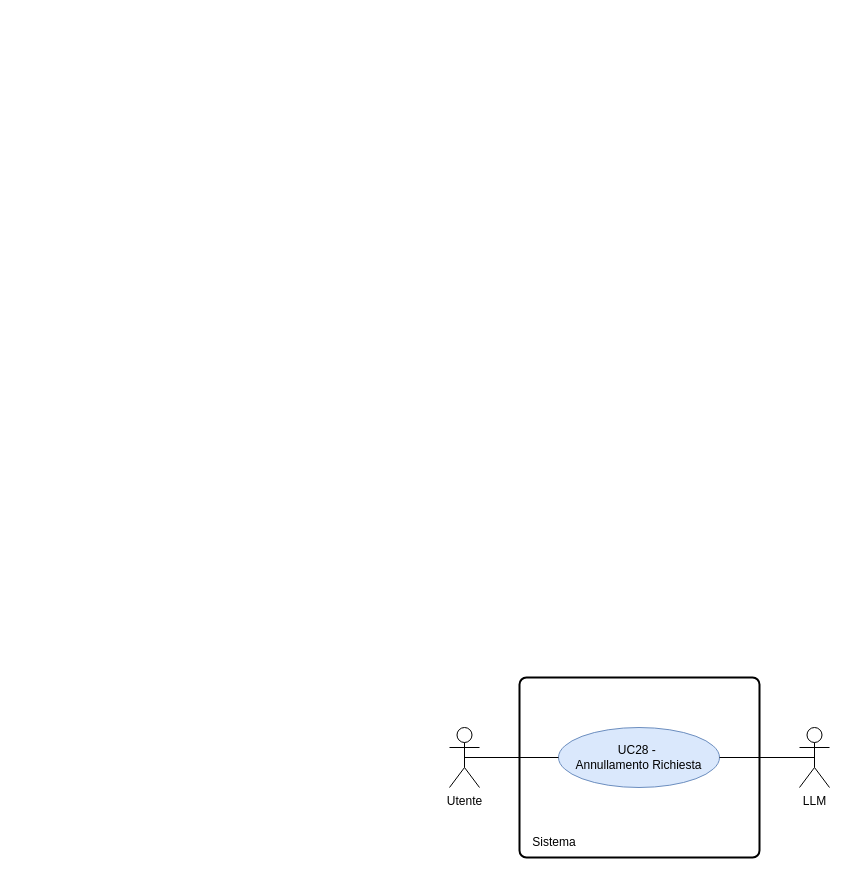
thebitless-group-swe/thebitless.github.io keeps this draw.io diagram as RTB/doc_esterna/analisi-dei-requisiti/assets/draw.io/UC28.drawio. Above is the earlier version. Source tidied: cells renumbered, new cells numbered last; positions are measured from the earlier drawing's top-left corner, leaving out a move shared by most shapes. Both pictures are drawn from the tidied source at 100%, with x=0, y=0 at pixel (449, 677).
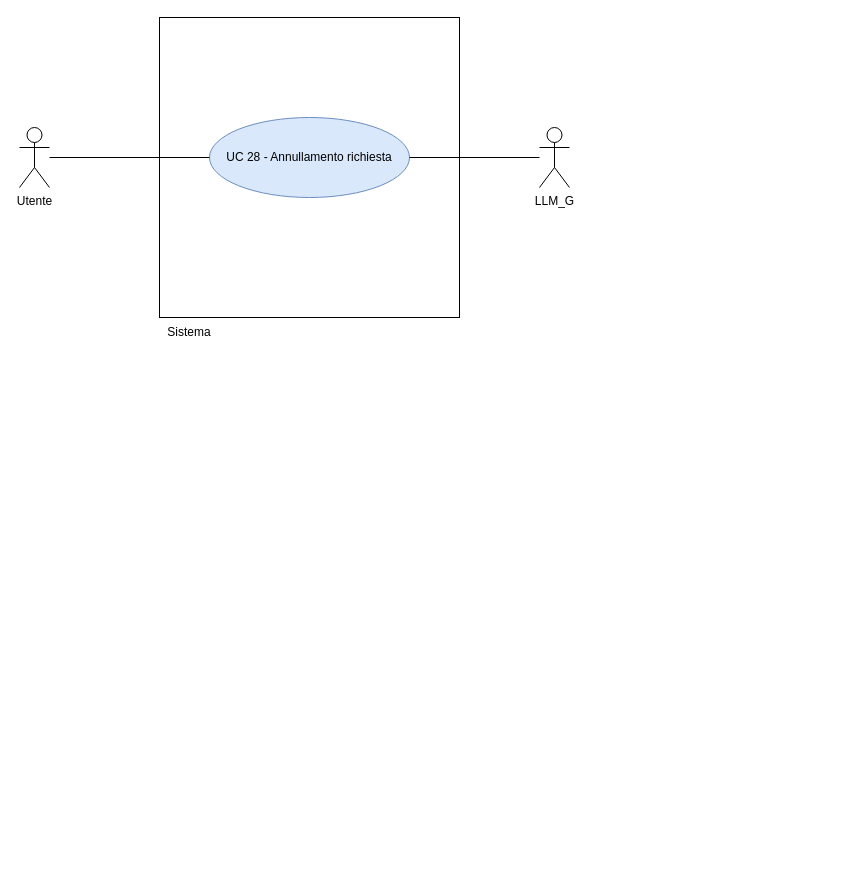
Above is the later version.

Diff of the diagram source:
```diff
@@
 <mxGraphModel>
   <root>
     <mxCell id="0" />
     <mxCell id="1" parent="0" />
-    <mxCell id="2" style="rounded=1;whiteSpace=wrap;html=1;absoluteArcSize=1;arcSize=14;strokeWidth=2;" parent="1" vertex="1">
-      <mxGeometry x="70" width="240" height="180" as="geometry" />
-    </mxCell>
+    <mxCell id="9" style="whiteSpace=wrap;html=1;" parent="1" vertex="1">
+      <mxGeometry x="-290" y="-660" width="300" height="300" as="geometry" />
+    </mxCell>
+    <mxCell id="5" value="Sistema" style="text;html=1;whiteSpace=wrap;strokeColor=none;fillColor=none;align=center;verticalAlign=middle;rounded=0;" parent="1" vertex="1">
+      <mxGeometry x="-290" y="-360" width="60" height="30" as="geometry" />
+    </mxCell>
     <mxCell id="3" value="Utente" style="shape=umlActor;verticalLabelPosition=bottom;verticalAlign=top;html=1;outlineConnect=0;" parent="1" vertex="1">
-      <mxGeometry y="50" width="30" height="60" as="geometry" />
+      <mxGeometry x="-430" y="-550" width="30" height="60" as="geometry" />
     </mxCell>
-    <mxCell id="4" value="LLM&lt;div&gt;&lt;br&gt;&lt;/div&gt;" style="shape=umlActor;verticalLabelPosition=bottom;verticalAlign=top;html=1;outlineConnect=0;" parent="1" vertex="1">
-      <mxGeometry x="350" y="50" width="30" height="60" as="geometry" />
-    </mxCell>
-    <mxCell id="5" value="Sistema" style="text;html=1;whiteSpace=wrap;strokeColor=none;fillColor=none;align=center;verticalAlign=middle;rounded=0;" parent="1" vertex="1">
-      <mxGeometry x="60" y="150" width="90" height="30" as="geometry" />
-    </mxCell>
-    <mxCell id="6" value="UC28 -&amp;nbsp;&lt;div&gt;Annullamento Richiesta&lt;/div&gt;" style="ellipse;whiteSpace=wrap;html=1;fillColor=#dae8fc;strokeColor=#6c8ebf;" parent="1" vertex="1">
-      <mxGeometry x="109" y="50" width="161" height="60" as="geometry" />
-    </mxCell>
-    <mxCell id="7" style="endArrow=none;html=1;rounded=0;exitX=0.5;exitY=0.5;exitDx=0;exitDy=0;exitPerimeter=0;entryX=0;entryY=0.5;entryDx=0;entryDy=0;" parent="1" edge="1" source="3" target="6">
-      <mxGeometry relative="1" as="geometry" />
-    </mxCell>
-    <mxCell id="8" style="endArrow=none;html=1;rounded=0;entryX=0.5;entryY=0.5;entryDx=0;entryDy=0;entryPerimeter=0;exitX=1;exitY=0.5;exitDx=0;exitDy=0;" parent="1" edge="1" source="6" target="4">
-      <mxGeometry relative="1" as="geometry" />
-    </mxCell>
+    <mxCell id="10" value="LLM_G" style="shape=umlActor;verticalLabelPosition=bottom;verticalAlign=top;html=1;outlineConnect=0;" parent="1" vertex="1">
+      <mxGeometry x="90" y="-550" width="30" height="60" as="geometry" />
+    </mxCell>
+    <mxCell id="11" value="UC 28 - Annullamento richiesta" style="ellipse;whiteSpace=wrap;html=1;fillColor=#dae8fc;strokeColor=#6c8ebf;" parent="1" vertex="1">
+      <mxGeometry x="-240" y="-560" width="200" height="80" as="geometry" />
+    </mxCell>
+    <mxCell id="12" style="edgeStyle=none;rounded=0;jettySize=auto;html=1;endArrow=none;endFill=0;" parent="1" edge="1" source="3" target="11">
+      <mxGeometry relative="1" as="geometry" />
+    </mxCell>
+    <mxCell id="13" style="edgeStyle=none;rounded=0;jettySize=auto;html=1;endArrow=none;endFill=0;" parent="1" edge="1" source="10" target="11">
+      <mxGeometry relative="1" as="geometry" />
+    </mxCell>
   </root>
 </mxGraphModel>
```
